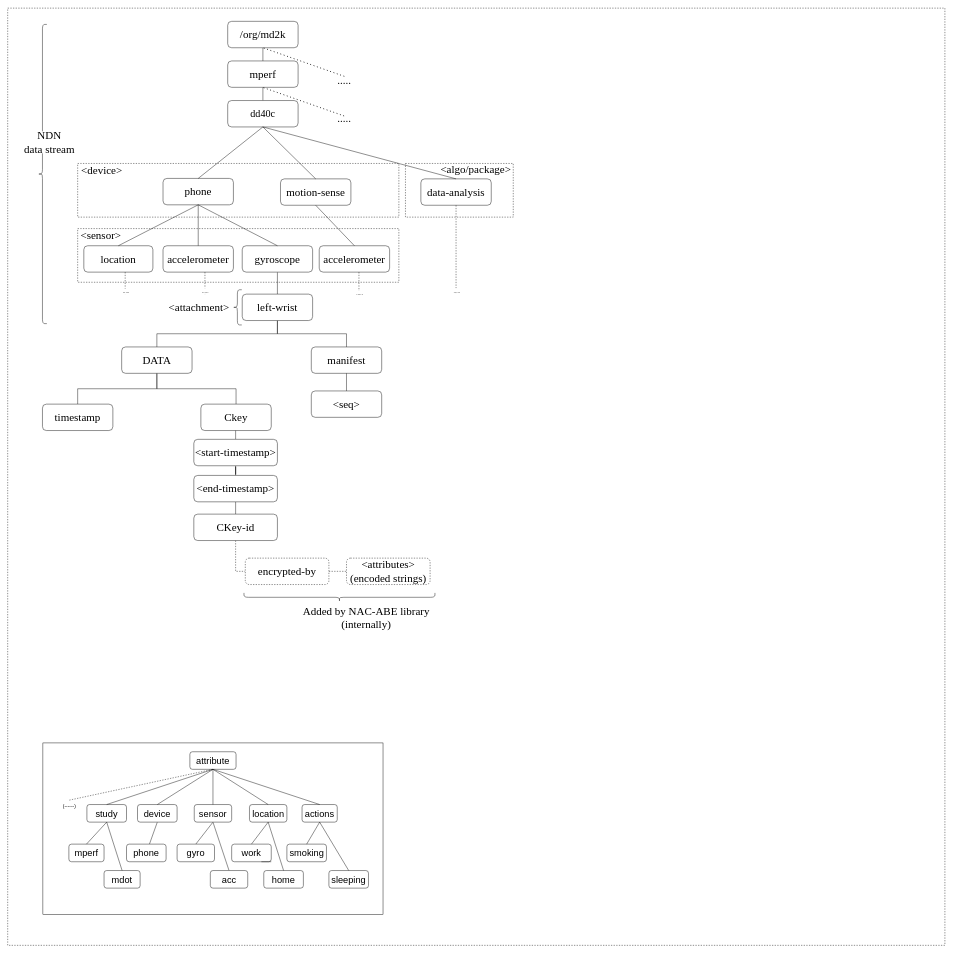
The draw.io diagram page "Namespace" (2 of 4) of docs/mGuard .drawio in dulalsaurab/new-mguard, before the edit. Source tidied: cells renumbered, new cells numbered last; positions are measured from the earlier drawing's top-left corner, leaving out a move shared by most shapes. Both pictures are drawn from the tidied source at 44%, with x=0, y=0 at pixel (7, 8).
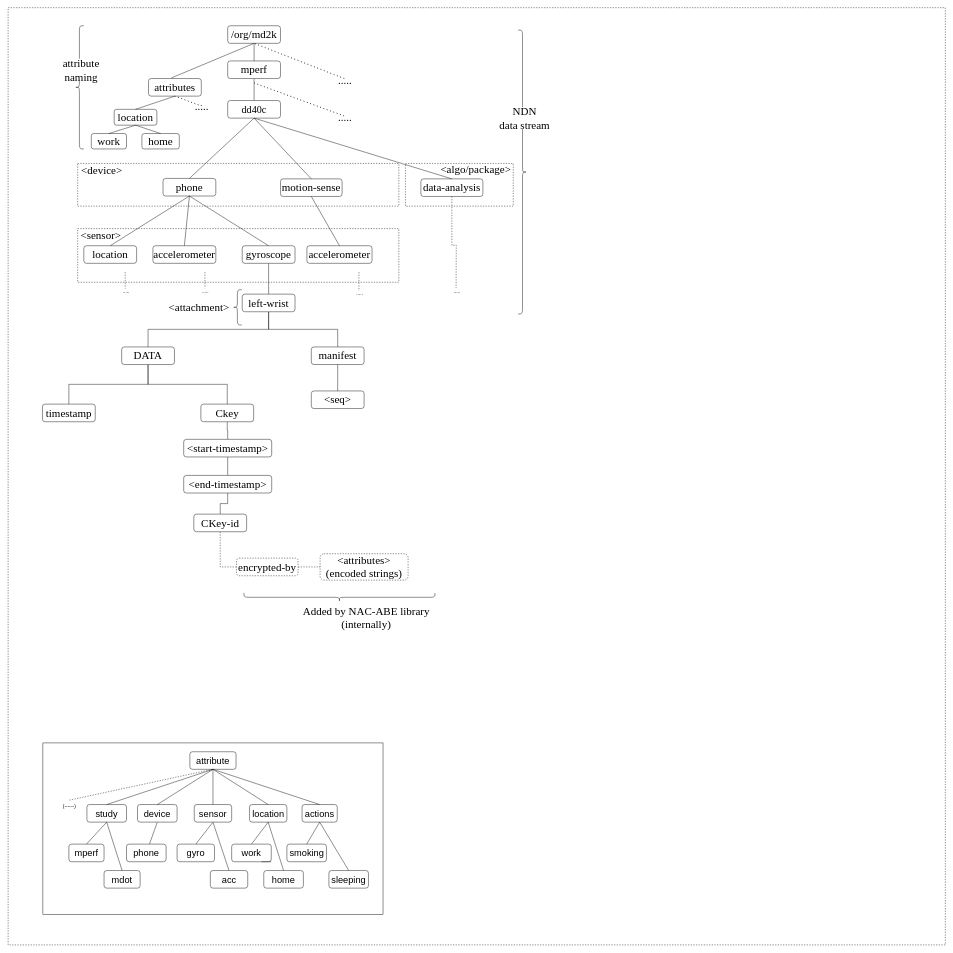
After the change.

Diff of the diagram source:
```diff
@@
     <mxCell id="2" style="whiteSpace=wrap;html=1;dashed=1;labelBackgroundColor=#ffffff;fontColor=#000000;" parent="1" vertex="1">
-      <mxGeometry width="2130" height="2130" as="geometry" />
+      <mxGeometry x="1" y="-1" width="2130" height="2130" as="geometry" />
     </mxCell>
@@
     <mxCell id="4" style="rounded=0;whiteSpace=wrap;html=1;dashed=1;fontStyle=0;" parent="1" vertex="1">
-      <mxGeometry x="904" y="353" width="245" height="122" as="geometry" />
+      <mxGeometry x="904" y="353" width="245" height="97" as="geometry" />
     </mxCell>
@@
     <mxCell id="6" style="rounded=0;whiteSpace=wrap;html=1;dashed=1;fontStyle=0;" parent="1" vertex="1">
-      <mxGeometry x="159" y="353" width="730" height="122" as="geometry" />
+      <mxGeometry x="159" y="353" width="730" height="97" as="geometry" />
     </mxCell>
@@
     <mxCell id="8" value="&lt;font style=&quot;font-size: 25px&quot; face=&quot;Times New Roman&quot;&gt;/org/md2k&lt;/font&gt;" style="rounded=1;whiteSpace=wrap;html=1;fontStyle=0;" parent="1" vertex="1">
-      <mxGeometry x="500" y="30" width="160" height="60" as="geometry" />
+      <mxGeometry x="500" y="40" width="120" height="40" as="geometry" />
     </mxCell>
@@
     <mxCell id="10" value="&lt;font style=&quot;font-size: 25px&quot; face=&quot;Times New Roman&quot;&gt;mperf&lt;/font&gt;" style="rounded=1;whiteSpace=wrap;html=1;fontStyle=0;" parent="1" vertex="1">
-      <mxGeometry x="500" y="120" width="160" height="60" as="geometry" />
+      <mxGeometry x="500" y="120" width="120" height="40" as="geometry" />
     </mxCell>
     <mxCell id="11" value="&lt;font style=&quot;font-size: 23px&quot; face=&quot;Times New Roman&quot;&gt;dd40c&lt;/font&gt;" style="rounded=1;whiteSpace=wrap;html=1;fontStyle=0;" parent="1" vertex="1">
-      <mxGeometry x="500" y="210" width="160" height="60" as="geometry" />
+      <mxGeometry x="500" y="210" width="120" height="40" as="geometry" />
     </mxCell>
     <mxCell id="12" value="&lt;font style=&quot;font-size: 25px;&quot;&gt;phone&lt;/font&gt;" style="rounded=1;whiteSpace=wrap;html=1;fontStyle=0;fontFamily=Times New Roman;fontSize=25;" parent="1" vertex="1">
-      <mxGeometry x="353" y="387" width="160" height="60" as="geometry" />
+      <mxGeometry x="353" y="387" width="120" height="40" as="geometry" />
     </mxCell>
     <mxCell id="13" value="&lt;font style=&quot;font-size: 25px;&quot;&gt;motion-sense&lt;/font&gt;" style="rounded=1;whiteSpace=wrap;html=1;fontStyle=0;fontFamily=Times New Roman;fontSize=25;" parent="1" vertex="1">
-      <mxGeometry x="620" y="388" width="160" height="60" as="geometry" />
+      <mxGeometry x="620" y="388" width="140" height="40" as="geometry" />
     </mxCell>
     <mxCell id="14" value="&lt;font style=&quot;font-size: 25px;&quot;&gt;data-analysis&lt;/font&gt;" style="rounded=1;whiteSpace=wrap;html=1;fontStyle=0;fontFamily=Times New Roman;fontSize=25;" parent="1" vertex="1">
-      <mxGeometry x="939" y="388" width="160" height="60" as="geometry" />
+      <mxGeometry x="939" y="388" width="141" height="40" as="geometry" />
     </mxCell>
     <mxCell id="15" value="&lt;span style=&quot;font-size: 25px;&quot;&gt;location&lt;/span&gt;" style="rounded=1;whiteSpace=wrap;html=1;fontStyle=0;fontFamily=Times New Roman;fontSize=25;" parent="1" vertex="1">
-      <mxGeometry x="173" y="540" width="157" height="60" as="geometry" />
+      <mxGeometry x="173" y="540" width="120" height="40" as="geometry" />
     </mxCell>
     <mxCell id="16" value="&lt;span style=&quot;font-size: 25px;&quot;&gt;accelerometer&lt;/span&gt;" style="rounded=1;whiteSpace=wrap;html=1;fontStyle=0;fontFamily=Times New Roman;fontSize=25;" parent="1" vertex="1">
-      <mxGeometry x="353" y="540" width="160" height="60" as="geometry" />
+      <mxGeometry x="330" y="540" width="143" height="40" as="geometry" />
     </mxCell>
     <mxCell id="17" value="&lt;font style=&quot;font-size: 25px;&quot;&gt;accelerometer&lt;/font&gt;" style="rounded=1;whiteSpace=wrap;html=1;fontStyle=0;fontFamily=Times New Roman;fontSize=25;" parent="1" vertex="1">
-      <mxGeometry x="708" y="540" width="160" height="60" as="geometry" />
+      <mxGeometry x="680" y="540" width="148" height="40" as="geometry" />
     </mxCell>
@@
     <mxCell id="19" value="&lt;font style=&quot;font-size: 25px;&quot;&gt;gyroscope&lt;/font&gt;" style="rounded=1;whiteSpace=wrap;html=1;fontStyle=0;fontFamily=Times New Roman;fontSize=25;" parent="1" vertex="1">
-      <mxGeometry x="533" y="540" width="160" height="60" as="geometry" />
+      <mxGeometry x="533" y="540" width="120" height="40" as="geometry" />
     </mxCell>
@@
     <mxCell id="22" value="&lt;span style=&quot;font-size: 25px;&quot;&gt;left-wrist&lt;/span&gt;" style="rounded=1;whiteSpace=wrap;html=1;fontStyle=0;fontFamily=Times New Roman;fontSize=25;" parent="1" vertex="1">
-      <mxGeometry x="533" y="650" width="160" height="60" as="geometry" />
+      <mxGeometry x="533" y="650" width="120" height="40" as="geometry" />
     </mxCell>
@@
     <mxCell id="36" value="&lt;span style=&quot;font-size: 25px;&quot;&gt;DATA&lt;/span&gt;" style="rounded=1;whiteSpace=wrap;html=1;fontStyle=0;fontFamily=Times New Roman;fontSize=25;" parent="1" vertex="1">
-      <mxGeometry x="259" y="770" width="160" height="60" as="geometry" />
+      <mxGeometry x="259" y="770" width="120" height="40" as="geometry" />
     </mxCell>
     <mxCell id="37" value="&lt;span style=&quot;font-size: 25px;&quot;&gt;manifest&lt;/span&gt;" style="rounded=1;whiteSpace=wrap;html=1;fontStyle=0;fontFamily=Times New Roman;fontSize=25;" parent="1" vertex="1">
-      <mxGeometry x="690" y="770" width="160" height="60" as="geometry" />
+      <mxGeometry x="690" y="770" width="120" height="40" as="geometry" />
     </mxCell>
     <mxCell id="38" value="&lt;span style=&quot;font-size: 25px;&quot;&gt;&amp;lt;seq&amp;gt;&lt;/span&gt;" style="rounded=1;whiteSpace=wrap;html=1;fontStyle=0;fontFamily=Times New Roman;fontSize=25;" parent="1" vertex="1">
-      <mxGeometry x="690" y="870" width="160" height="60" as="geometry" />
+      <mxGeometry x="690" y="870" width="120" height="40" as="geometry" />
     </mxCell>
     <mxCell id="39" value="&lt;span style=&quot;font-size: 25px;&quot;&gt;timestamp&lt;/span&gt;" style="rounded=1;whiteSpace=wrap;html=1;fontStyle=0;fontFamily=Times New Roman;fontSize=25;" parent="1" vertex="1">
-      <mxGeometry x="79" y="900" width="160" height="60" as="geometry" />
+      <mxGeometry x="79" y="900" width="120" height="40" as="geometry" />
     </mxCell>
@@
-    <mxCell id="49" style="shape=curlyBracket;whiteSpace=wrap;html=1;rounded=1;fontStyle=0;" parent="1" vertex="1">
-      <mxGeometry x="69" y="37" width="20" height="680" as="geometry" />
+    <mxCell id="49" style="shape=curlyBracket;whiteSpace=wrap;html=1;rounded=1;fontStyle=0;rotation=-180;" parent="1" vertex="1">
+      <mxGeometry x="1160" y="50" width="20" height="645" as="geometry" />
     </mxCell>
@@
     <mxCell id="51" value="&lt;span style=&quot;font-size: 25px;&quot;&gt;Ckey&lt;/span&gt;" style="rounded=1;whiteSpace=wrap;html=1;fontStyle=0;fontFamily=Times New Roman;fontSize=25;" parent="1" vertex="1">
-      <mxGeometry x="439" y="900" width="160" height="60" as="geometry" />
+      <mxGeometry x="439" y="900" width="120" height="40" as="geometry" />
     </mxCell>
@@
     <mxCell id="53" value="&lt;span style=&quot;font-size: 25px;&quot;&gt;&amp;lt;start-timestamp&amp;gt;&lt;/span&gt;" style="rounded=1;whiteSpace=wrap;html=1;fontStyle=0;fontFamily=Times New Roman;fontSize=25;" parent="1" vertex="1">
-      <mxGeometry x="423" y="980" width="190" height="60" as="geometry" />
+      <mxGeometry x="400" y="980" width="200" height="40" as="geometry" />
     </mxCell>
@@
     <mxCell id="55" value="&lt;span style=&quot;font-size: 25px;&quot;&gt;&amp;lt;end-timestamp&amp;gt;&lt;/span&gt;" style="rounded=1;whiteSpace=wrap;html=1;fontStyle=0;fontFamily=Times New Roman;fontSize=25;" parent="1" vertex="1">
-      <mxGeometry x="423" y="1062" width="190" height="60" as="geometry" />
+      <mxGeometry x="400" y="1062" width="200" height="40" as="geometry" />
     </mxCell>
@@
     <mxCell id="57" value="&lt;span style=&quot;font-size: 25px;&quot;&gt;CKey-id&lt;/span&gt;" style="rounded=1;whiteSpace=wrap;html=1;fontStyle=0;fontFamily=Times New Roman;fontSize=25;" parent="1" vertex="1">
-      <mxGeometry x="423" y="1150" width="190" height="60" as="geometry" />
+      <mxGeometry x="423" y="1150" width="120" height="40" as="geometry" />
     </mxCell>
     <mxCell id="58" value="&lt;font style=&quot;font-size: 25px&quot;&gt;&lt;font face=&quot;Times New Roman&quot; style=&quot;font-size: 25px&quot;&gt;NDN &lt;br&gt;data stream&lt;/font&gt;&lt;br&gt;&lt;/font&gt;" style="text;html=1;strokeColor=none;align=center;verticalAlign=middle;whiteSpace=wrap;rounded=0;dashed=1;fillColor=#ffffff;fontStyle=0;" parent="1" vertex="1">
-      <mxGeometry x="20" y="280" width="150" height="50" as="geometry" />
+      <mxGeometry x="1100" y="225" width="150" height="50" as="geometry" />
     </mxCell>
@@
     <mxCell id="92" value="&lt;span style=&quot;font-size: 25px;&quot;&gt;&amp;lt;attributes&amp;gt;&lt;br style=&quot;font-size: 25px;&quot;&gt;(encoded strings)&lt;br style=&quot;font-size: 25px;&quot;&gt;&lt;/span&gt;" style="rounded=1;whiteSpace=wrap;html=1;fontStyle=0;dashed=1;fontFamily=Times New Roman;fontSize=25;" parent="1" vertex="1">
-      <mxGeometry x="770" y="1250" width="190" height="60" as="geometry" />
+      <mxGeometry x="710" y="1240" width="200" height="60" as="geometry" />
     </mxCell>
@@
     <mxCell id="94" value="&lt;span style=&quot;font-size: 25px;&quot;&gt;encrypted-by&lt;/span&gt;" style="rounded=1;whiteSpace=wrap;html=1;fontStyle=0;dashed=1;fontFamily=Times New Roman;fontSize=25;" parent="1" vertex="1">
-      <mxGeometry x="540" y="1250" width="190" height="60" as="geometry" />
+      <mxGeometry x="520" y="1250" width="140" height="40" as="geometry" />
     </mxCell>
@@
     <mxCell id="97" value="....." style="text;html=1;strokeColor=none;fillColor=none;align=center;verticalAlign=middle;whiteSpace=wrap;rounded=0;fontFamily=Times New Roman;fontSize=25;" parent="1" vertex="1">
-      <mxGeometry x="745" y="155" width="40" height="20" as="geometry" />
+      <mxGeometry x="747" y="160" width="40" height="5" as="geometry" />
     </mxCell>
-    <mxCell id="98" style="endArrow=none;dashed=1;html=1;dashPattern=1 3;strokeWidth=2;fontFamily=Times New Roman;fontSize=25;entryX=0.5;entryY=1;entryDx=0;entryDy=0;exitX=0.5;exitY=0;exitDx=0;exitDy=0;" parent="1" edge="1" source="97" target="8">
-      <mxGeometry relative="1" as="geometry" />
+    <mxCell id="98" style="endArrow=none;dashed=1;html=1;dashPattern=1 3;strokeWidth=2;fontFamily=Times New Roman;fontSize=25;entryX=0.5;entryY=1;entryDx=0;entryDy=0;" parent="1" edge="1" target="8">
+      <mxGeometry relative="1" as="geometry">
+        <mxPoint x="765" y="160" as="sourcePoint" />
+      </mxGeometry>
     </mxCell>
-    <mxCell id="99" style="endArrow=none;dashed=1;html=1;dashPattern=1 3;strokeWidth=2;fontFamily=Times New Roman;fontSize=25;entryX=0.5;entryY=1;entryDx=0;entryDy=0;exitX=0.5;exitY=0;exitDx=0;exitDy=0;" parent="1" edge="1">
+    <mxCell id="99" style="endArrow=none;dashed=1;html=1;dashPattern=1 3;strokeWidth=2;fontFamily=Times New Roman;fontSize=25;exitX=0.5;exitY=0;exitDx=0;exitDy=0;" parent="1" edge="1">
       <mxGeometry relative="1" as="geometry">
         <mxPoint x="764.5" y="245" as="sourcePoint" />
-        <mxPoint x="579.5" y="180" as="targetPoint" />
+        <mxPoint x="560" y="170" as="targetPoint" />
       </mxGeometry>
     </mxCell>
     <mxCell id="100" value="....." style="text;html=1;strokeColor=none;fillColor=none;align=center;verticalAlign=middle;whiteSpace=wrap;rounded=0;fontFamily=Times New Roman;fontSize=25;" parent="1" vertex="1">
-      <mxGeometry x="745" y="240" width="40" height="20" as="geometry" />
+      <mxGeometry x="747" y="237" width="40" height="20" as="geometry" />
     </mxCell>
+    <mxCell id="101" style="endArrow=none;html=1;exitX=0.174;exitY=0.075;exitDx=0;exitDy=0;fontStyle=0;entryX=0.5;entryY=1;entryDx=0;entryDy=0;exitPerimeter=0;" parent="1" edge="1" source="2" target="8">
+      <mxGeometry relative="1" as="geometry" />
+    </mxCell>
+    <mxCell id="102" value="&lt;font style=&quot;font-size: 25px&quot; face=&quot;Times New Roman&quot;&gt;attributes&lt;/font&gt;" style="rounded=1;whiteSpace=wrap;html=1;fontStyle=0;" parent="1" vertex="1">
+      <mxGeometry x="320" y="160" width="120" height="40" as="geometry" />
+    </mxCell>
+    <mxCell id="103" value="&lt;font face=&quot;Times New Roman&quot;&gt;&lt;span style=&quot;font-size: 25px&quot;&gt;location&lt;/span&gt;&lt;/font&gt;" style="rounded=1;whiteSpace=wrap;html=1;fontStyle=0;" parent="1" vertex="1">
+      <mxGeometry x="242" y="230" width="97" height="36" as="geometry" />
+    </mxCell>
+    <mxCell id="104" value="&lt;font style=&quot;font-size: 25px&quot; face=&quot;Times New Roman&quot;&gt;work&lt;/font&gt;" style="rounded=1;whiteSpace=wrap;html=1;fontStyle=0;" parent="1" vertex="1">
+      <mxGeometry x="190" y="285" width="80" height="35" as="geometry" />
+    </mxCell>
+    <mxCell id="105" value="&lt;font face=&quot;Times New Roman&quot;&gt;&lt;span style=&quot;font-size: 25px&quot;&gt;home&lt;/span&gt;&lt;/font&gt;" style="rounded=1;whiteSpace=wrap;html=1;fontStyle=0;" parent="1" vertex="1">
+      <mxGeometry x="305" y="285" width="85" height="35" as="geometry" />
+    </mxCell>
+    <mxCell id="106" style="endArrow=none;html=1;exitX=0.5;exitY=0;exitDx=0;exitDy=0;fontStyle=0;entryX=0.5;entryY=1;entryDx=0;entryDy=0;" parent="1" edge="1" source="103" target="102">
+      <mxGeometry relative="1" as="geometry" />
+    </mxCell>
+    <mxCell id="107" style="endArrow=none;html=1;exitX=0.5;exitY=0;exitDx=0;exitDy=0;fontStyle=0;entryX=0.5;entryY=1;entryDx=0;entryDy=0;" parent="1" edge="1" source="104" target="103">
+      <mxGeometry relative="1" as="geometry" />
+    </mxCell>
+    <mxCell id="108" style="endArrow=none;html=1;exitX=0.5;exitY=0;exitDx=0;exitDy=0;fontStyle=0;entryX=0.5;entryY=1;entryDx=0;entryDy=0;" parent="1" edge="1" source="105" target="103">
+      <mxGeometry relative="1" as="geometry" />
+    </mxCell>
+    <mxCell id="109" style="endArrow=none;dashed=1;html=1;dashPattern=1 3;strokeWidth=2;fontFamily=Times New Roman;fontSize=25;entryX=0.5;entryY=1;entryDx=0;entryDy=0;startArrow=none;" parent="1" edge="1" source="110">
+      <mxGeometry relative="1" as="geometry">
+        <mxPoint x="380" y="200" as="targetPoint" />
+      </mxGeometry>
+    </mxCell>
+    <mxCell id="110" value="....." style="text;html=1;strokeColor=none;fillColor=none;align=center;verticalAlign=middle;whiteSpace=wrap;rounded=0;fontFamily=Times New Roman;fontSize=25;" parent="1" vertex="1">
+      <mxGeometry x="420.5" y="220" width="40" height="5" as="geometry" />
+    </mxCell>
+    <mxCell id="111" style="endArrow=none;dashed=1;html=1;dashPattern=1 3;strokeWidth=2;fontFamily=Times New Roman;fontSize=25;entryX=0.5;entryY=1;entryDx=0;entryDy=0;" parent="1" edge="1" target="110">
+      <mxGeometry relative="1" as="geometry">
+        <mxPoint x="440" y="220" as="sourcePoint" />
+      </mxGeometry>
+    </mxCell>
+    <mxCell id="112" style="shape=curlyBracket;whiteSpace=wrap;html=1;rounded=1;fontStyle=0;rotation=0;" parent="1" vertex="1">
+      <mxGeometry x="153" y="40" width="20" height="280" as="geometry" />
+    </mxCell>
+    <mxCell id="113" value="&lt;font style=&quot;font-size: 25px&quot;&gt;&lt;font face=&quot;Times New Roman&quot;&gt;attribute naming&lt;/font&gt;&lt;br&gt;&lt;/font&gt;" style="text;html=1;strokeColor=none;align=center;verticalAlign=middle;whiteSpace=wrap;rounded=0;dashed=1;fillColor=#ffffff;fontStyle=0;" parent="1" vertex="1">
+      <mxGeometry x="92" y="115" width="150" height="50" as="geometry" />
+    </mxCell>
```
